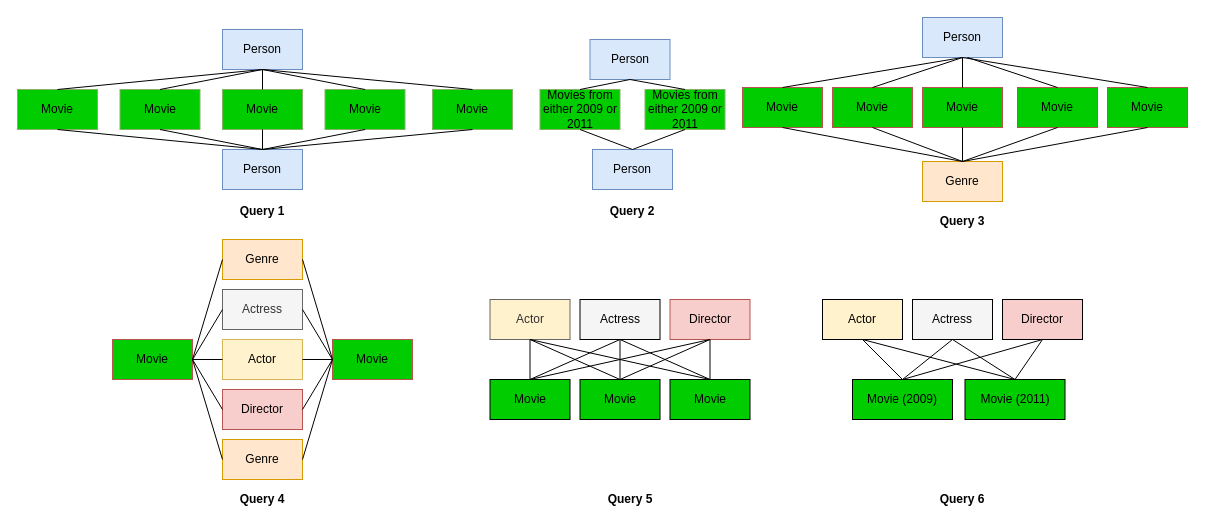
Earlier version of the draw.io diagram Images/query1.drawio (asystemsguy/parellel_computing_report). Source tidied: cells renumbered, new cells numbered last; positions are measured from the earlier drawing's top-left corner, leaving out a move shared by most shapes. Both pictures are drawn from the tidied source at 100%, with x=0, y=0 at pixel (17, 17).
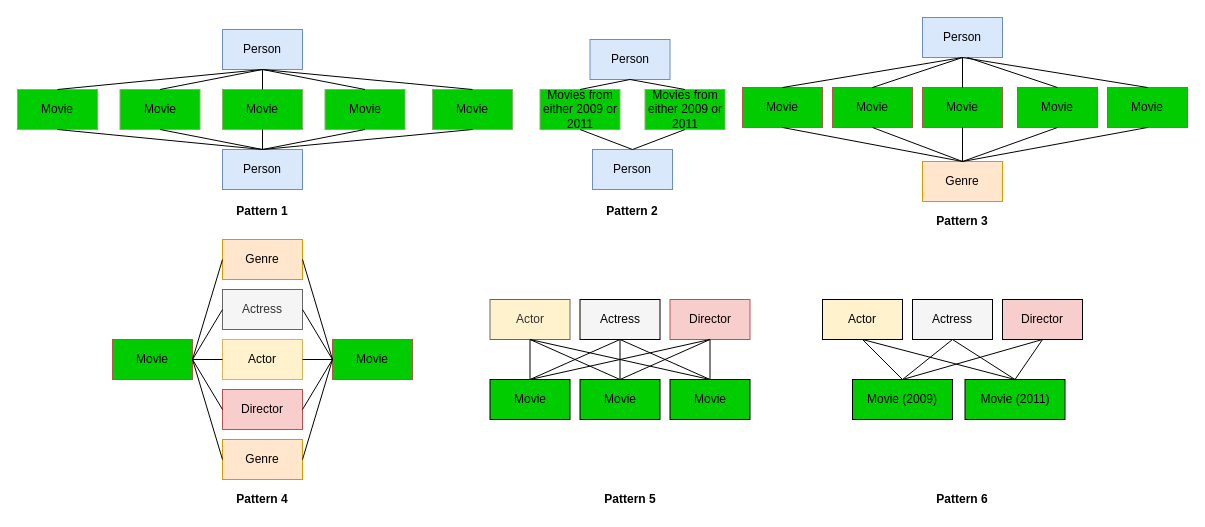
The same page after the edit.

Diff of the diagram source:
```diff
@@
-    <mxCell id="87" value="&lt;b&gt;Query 1&lt;/b&gt;" style="text;html=1;strokeColor=none;fillColor=none;align=center;verticalAlign=middle;whiteSpace=wrap;rounded=0;" parent="1" vertex="1">
+    <mxCell id="87" value="&lt;b&gt;Pattern 1&lt;/b&gt;" style="text;html=1;strokeColor=none;fillColor=none;align=center;verticalAlign=middle;whiteSpace=wrap;rounded=0;" parent="1" vertex="1">
       <mxGeometry x="215" y="184" width="60" height="20" as="geometry" />
     </mxCell>
-    <mxCell id="88" value="&lt;b&gt;Query 2&lt;/b&gt;" style="text;html=1;strokeColor=none;fillColor=none;align=center;verticalAlign=middle;whiteSpace=wrap;rounded=0;" parent="1" vertex="1">
+    <mxCell id="88" value="&lt;b&gt;Pattern 2&lt;/b&gt;" style="text;html=1;strokeColor=none;fillColor=none;align=center;verticalAlign=middle;whiteSpace=wrap;rounded=0;" parent="1" vertex="1">
       <mxGeometry x="585" y="184" width="60" height="20" as="geometry" />
     </mxCell>
-    <mxCell id="89" value="&lt;b&gt;Query 3&lt;/b&gt;" style="text;html=1;strokeColor=none;fillColor=none;align=center;verticalAlign=middle;whiteSpace=wrap;rounded=0;" parent="1" vertex="1">
+    <mxCell id="89" value="&lt;b&gt;Pattern 3&lt;/b&gt;" style="text;html=1;strokeColor=none;fillColor=none;align=center;verticalAlign=middle;whiteSpace=wrap;rounded=0;" parent="1" vertex="1">
       <mxGeometry x="915" y="194" width="60" height="20" as="geometry" />
     </mxCell>
-    <mxCell id="90" value="&lt;b&gt;Query 4&lt;/b&gt;" style="text;html=1;strokeColor=none;fillColor=none;align=center;verticalAlign=middle;whiteSpace=wrap;rounded=0;" parent="1" vertex="1">
+    <mxCell id="90" value="&lt;b&gt;Pattern 4&lt;/b&gt;" style="text;html=1;strokeColor=none;fillColor=none;align=center;verticalAlign=middle;whiteSpace=wrap;rounded=0;" parent="1" vertex="1">
       <mxGeometry x="215" y="472" width="60" height="20" as="geometry" />
     </mxCell>
-    <mxCell id="91" value="&lt;b&gt;Query 5&lt;/b&gt;" style="text;html=1;strokeColor=none;fillColor=none;align=center;verticalAlign=middle;whiteSpace=wrap;rounded=0;" parent="1" vertex="1">
+    <mxCell id="91" value="&lt;b&gt;Pattern 5&lt;/b&gt;" style="text;html=1;strokeColor=none;fillColor=none;align=center;verticalAlign=middle;whiteSpace=wrap;rounded=0;" parent="1" vertex="1">
       <mxGeometry x="582.5" y="472" width="60" height="20" as="geometry" />
     </mxCell>
-    <mxCell id="92" value="&lt;b&gt;Query 6&lt;/b&gt;" style="text;html=1;strokeColor=none;fillColor=none;align=center;verticalAlign=middle;whiteSpace=wrap;rounded=0;" parent="1" vertex="1">
+    <mxCell id="92" value="&lt;b&gt;Pattern 6&lt;/b&gt;" style="text;html=1;strokeColor=none;fillColor=none;align=center;verticalAlign=middle;whiteSpace=wrap;rounded=0;" parent="1" vertex="1">
       <mxGeometry x="915" y="472" width="60" height="20" as="geometry" />
     </mxCell>
```
